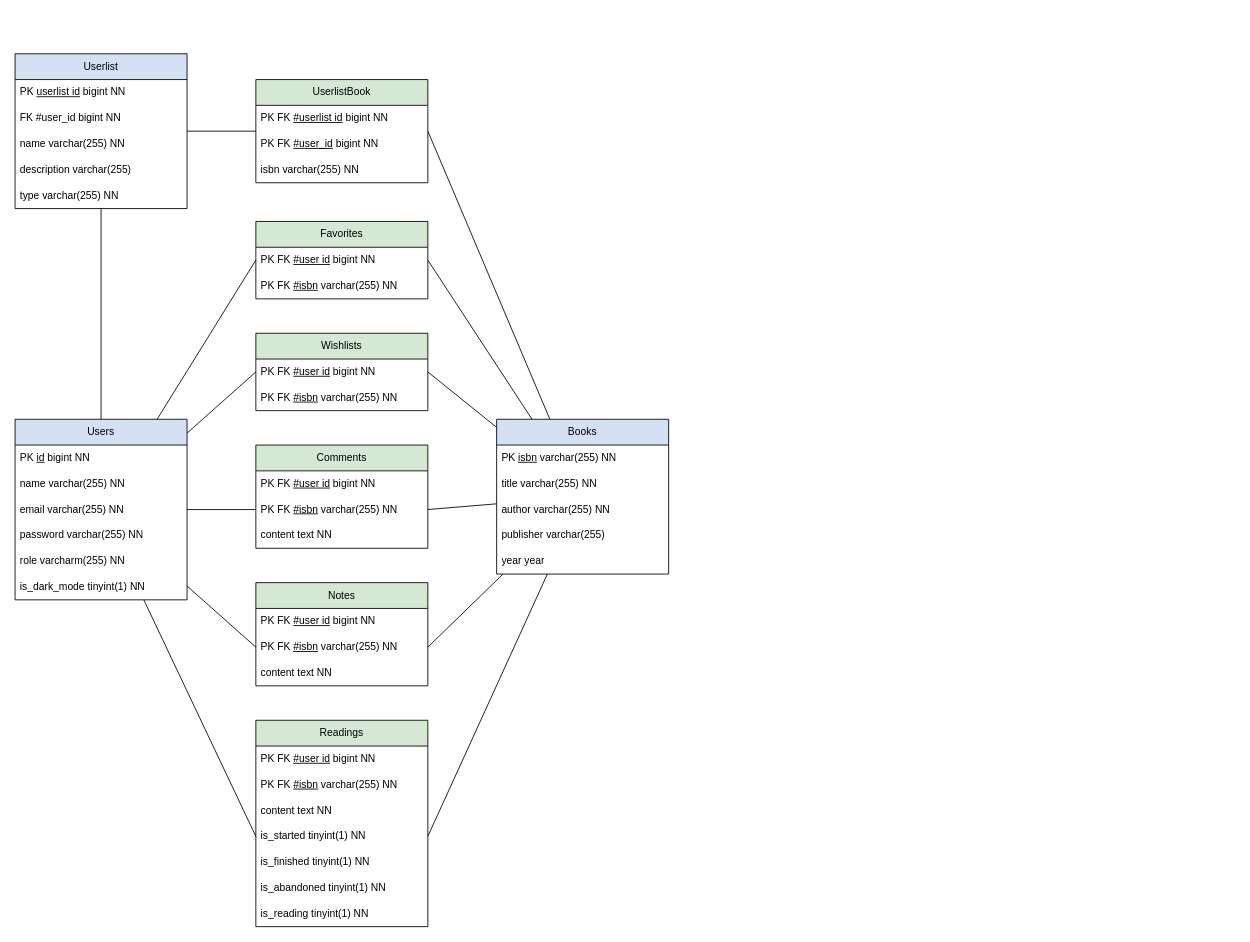
This is page "MPD" (1 of 9) of public/diagrame.drawio from Gabrielloop/pal-front-v3, a draw.io file, before an edit. Source tidied: cells renumbered, new cells numbered last; positions are measured from the earlier drawing's top-left corner, leaving out a move shared by most shapes. Both pictures are drawn from the tidied source at 86%, with x=0, y=0 at pixel (15, 53).
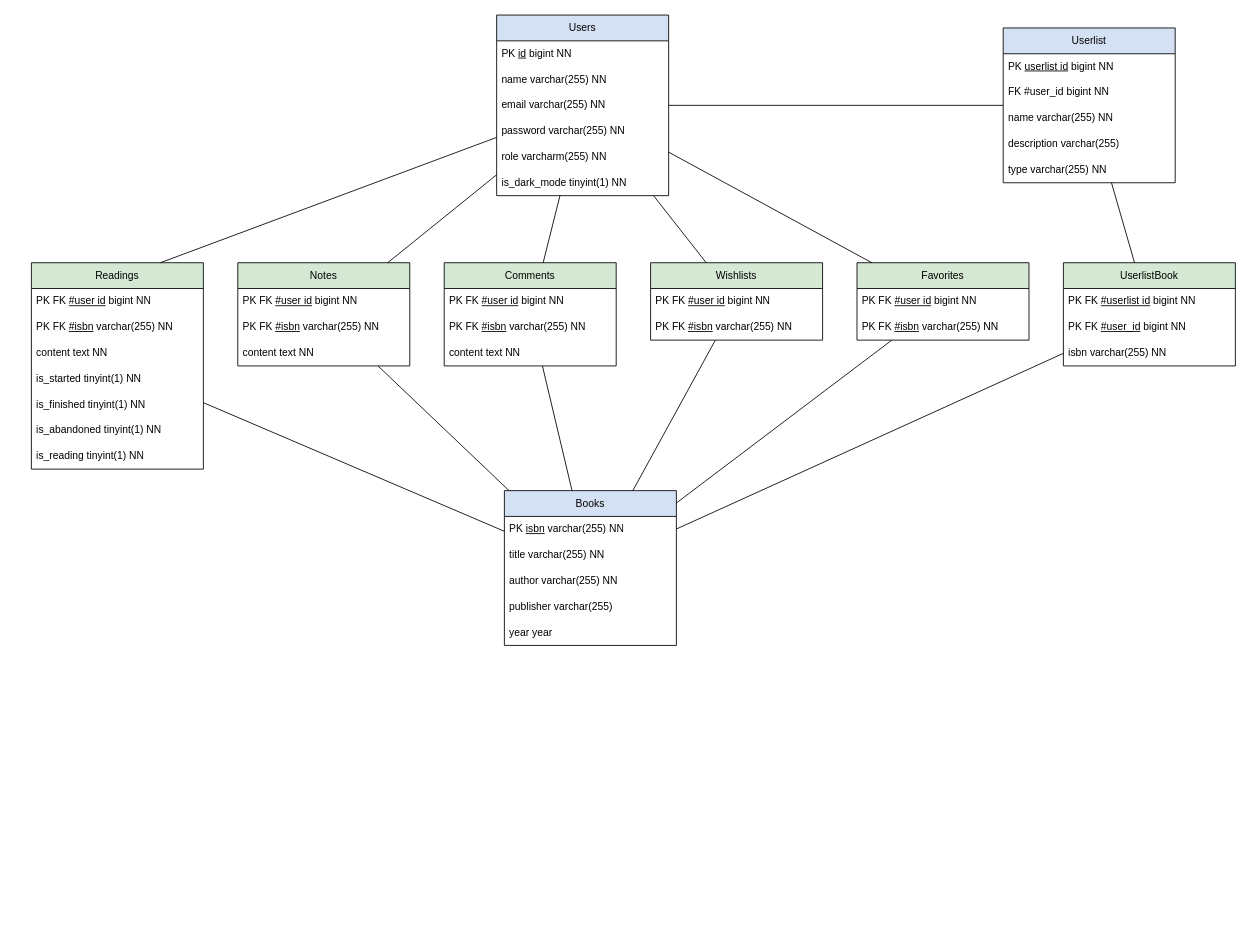
The same page after the edit.

The change refers to these unchanged cells:
```xml
<mxCell id="20" value="PK FK&amp;nbsp;&lt;u&gt;#user id&lt;/u&gt;&amp;nbsp;bigint NN" style="text;strokeColor=none;fillColor=none;align=left;verticalAlign=middle;spacingLeft=4;spacingRight=4;overflow=hidden;points=[[0,0.5],[1,0.5]];portConstraint=eastwest;whiteSpace=wrap;html=1;" parent="19" vertex="1">
  <mxGeometry y="30" width="200" height="30" as="geometry" />
</mxCell>
<mxCell id="23" value="PK FK&amp;nbsp;&lt;u&gt;#user id&lt;/u&gt;&amp;nbsp;bigint NN" style="text;strokeColor=none;fillColor=none;align=left;verticalAlign=middle;spacingLeft=4;spacingRight=4;overflow=hidden;points=[[0,0.5],[1,0.5]];portConstraint=eastwest;whiteSpace=wrap;html=1;" parent="22" vertex="1">
  <mxGeometry y="30" width="200" height="30" as="geometry" />
</mxCell>
<mxCell id="27" value="PK FK&amp;nbsp;&lt;u&gt;#isbn&lt;/u&gt; varchar(255) NN" style="text;strokeColor=none;fillColor=none;align=left;verticalAlign=middle;spacingLeft=4;spacingRight=4;overflow=hidden;points=[[0,0.5],[1,0.5]];portConstraint=eastwest;whiteSpace=wrap;html=1;" parent="25" vertex="1">
  <mxGeometry y="60" width="200" height="30" as="geometry" />
</mxCell>
<mxCell id="31" value="PK FK&amp;nbsp;&lt;u&gt;#isbn&lt;/u&gt; varchar(255) NN" style="text;strokeColor=none;fillColor=none;align=left;verticalAlign=middle;spacingLeft=4;spacingRight=4;overflow=hidden;points=[[0,0.5],[1,0.5]];portConstraint=eastwest;whiteSpace=wrap;html=1;" parent="29" vertex="1">
  <mxGeometry y="60" width="200" height="30" as="geometry" />
</mxCell>
<mxCell id="37" value="is_started tinyint(1) NN" style="text;strokeColor=none;fillColor=none;align=left;verticalAlign=middle;spacingLeft=4;spacingRight=4;overflow=hidden;points=[[0,0.5],[1,0.5]];portConstraint=eastwest;whiteSpace=wrap;html=1;" parent="33" vertex="1">
  <mxGeometry y="120" width="200" height="30" as="geometry" />
</mxCell>
```

What changed in the source:
```diff
@@
     <mxCell id="2" value="Users" style="swimlane;fontStyle=0;horizontal=1;startSize=30;whiteSpace=wrap;html=1;fillColor=#D4E1F5;" parent="1" vertex="1">
-      <mxGeometry y="425" width="200" height="210" as="geometry" />
+      <mxGeometry x="560" y="-45" width="200" height="210" as="geometry" />
     </mxCell>
@@
     <mxCell id="9" value="Userlist" style="swimlane;fontStyle=0;horizontal=1;startSize=30;whiteSpace=wrap;html=1;fillColor=#D4E1F5;" parent="1" vertex="1">
-      <mxGeometry width="200" height="180" as="geometry" />
+      <mxGeometry x="1149" y="-30" width="200" height="180" as="geometry" />
     </mxCell>
@@
     <mxCell id="15" value="UserlistBook" style="swimlane;fontStyle=0;horizontal=1;startSize=30;whiteSpace=wrap;html=1;fillColor=#D5E8D4;" parent="1" vertex="1">
-      <mxGeometry x="280" y="30" width="200" height="120" as="geometry" />
+      <mxGeometry x="1219" y="243" width="200" height="120" as="geometry" />
     </mxCell>
@@
     <mxCell id="19" value="Wishlists" style="swimlane;fontStyle=0;horizontal=1;startSize=30;whiteSpace=wrap;html=1;fillColor=#D5E8D4;" parent="1" vertex="1">
-      <mxGeometry x="280" y="325" width="200" height="90" as="geometry" />
+      <mxGeometry x="739" y="243" width="200" height="90" as="geometry" />
     </mxCell>
@@
     <mxCell id="22" value="Favorites" style="swimlane;fontStyle=0;horizontal=1;startSize=30;whiteSpace=wrap;html=1;fillColor=#D5E8D4;" parent="1" vertex="1">
-      <mxGeometry x="280" y="195" width="200" height="90" as="geometry" />
+      <mxGeometry x="979" y="243" width="200" height="90" as="geometry" />
     </mxCell>
@@
     <mxCell id="25" value="Notes" style="swimlane;fontStyle=0;horizontal=1;startSize=30;whiteSpace=wrap;html=1;fillColor=#D5E8D4;" parent="1" vertex="1">
-      <mxGeometry x="280" y="615" width="200" height="120" as="geometry" />
+      <mxGeometry x="259" y="243" width="200" height="120" as="geometry" />
     </mxCell>
@@
     <mxCell id="29" value="Comments" style="swimlane;fontStyle=0;horizontal=1;startSize=30;whiteSpace=wrap;html=1;fillColor=#D5E8D4;" parent="1" vertex="1">
-      <mxGeometry x="280" y="455" width="200" height="120" as="geometry" />
+      <mxGeometry x="499" y="243" width="200" height="120" as="geometry" />
     </mxCell>
@@
     <mxCell id="33" value="Readings" style="swimlane;fontStyle=0;horizontal=1;startSize=30;whiteSpace=wrap;html=1;fillColor=#D5E8D4;" parent="1" vertex="1">
-      <mxGeometry x="280" y="775" width="200" height="240" as="geometry" />
+      <mxGeometry x="19" y="243" width="200" height="240" as="geometry" />
     </mxCell>
@@
-    <mxCell id="43" style="endArrow=none;html=1;rounded=0;exitX=1;exitY=0.5;exitDx=0;exitDy=0;" parent="1" edge="1" source="15" target="50">
+    <mxCell id="43" style="endArrow=none;html=1;rounded=0;" parent="1" edge="1" source="15" target="50">
       <mxGeometry relative="1" as="geometry" />
     </mxCell>
-    <mxCell id="44" style="endArrow=none;html=1;rounded=0;exitX=1;exitY=0.5;exitDx=0;exitDy=0;" parent="1" edge="1" source="27" target="50">
+    <mxCell id="44" style="endArrow=none;html=1;rounded=0;" parent="1" edge="1" source="25" target="50">
       <mxGeometry relative="1" as="geometry" />
     </mxCell>
-    <mxCell id="45" style="endArrow=none;html=1;rounded=0;entryX=0;entryY=0.5;entryDx=0;entryDy=0;" parent="1" edge="1" source="2" target="27">
-      <mxGeometry relative="1" as="geometry" />
-    </mxCell>
-    <mxCell id="46" style="endArrow=none;html=1;rounded=0;entryX=0;entryY=0.5;entryDx=0;entryDy=0;" parent="1" edge="1" source="2" target="37">
+    <mxCell id="46" style="endArrow=none;html=1;rounded=0;entryX=0.75;entryY=0;entryDx=0;entryDy=0;" parent="1" edge="1" source="2" target="33">
       <mxGeometry relative="1" as="geometry" />
     </mxCell>
-    <mxCell id="47" style="endArrow=none;html=1;rounded=0;exitX=0;exitY=0.5;exitDx=0;exitDy=0;" parent="1" edge="1" source="31" target="2">
+    <mxCell id="47" style="endArrow=none;html=1;rounded=0;" parent="1" edge="1" source="29" target="2">
       <mxGeometry relative="1" as="geometry" />
     </mxCell>
-    <mxCell id="48" style="endArrow=none;html=1;rounded=0;exitX=0;exitY=0.5;exitDx=0;exitDy=0;" parent="1" edge="1" source="23" target="2">
+    <mxCell id="48" style="endArrow=none;html=1;rounded=0;" parent="1" edge="1" source="22" target="2">
       <mxGeometry relative="1" as="geometry" />
     </mxCell>
-    <mxCell id="49" style="endArrow=none;html=1;rounded=0;exitX=0;exitY=0.5;exitDx=0;exitDy=0;" parent="1" edge="1" source="20" target="2">
+    <mxCell id="49" style="endArrow=none;html=1;rounded=0;" parent="1" edge="1" source="19" target="2">
       <mxGeometry relative="1" as="geometry" />
     </mxCell>
     <mxCell id="50" value="Books" style="swimlane;fontStyle=0;horizontal=1;startSize=30;whiteSpace=wrap;html=1;fillColor=#D4E1F5;" parent="1" vertex="1">
-      <mxGeometry x="560" y="425" width="200" height="180" as="geometry" />
+      <mxGeometry x="569" y="508" width="200" height="180" as="geometry" />
     </mxCell>
@@
-    <mxCell id="56" style="endArrow=none;html=1;rounded=0;entryX=1;entryY=0.5;entryDx=0;entryDy=0;" parent="1" edge="1" source="50" target="23">
+    <mxCell id="56" style="endArrow=none;html=1;rounded=0;" parent="1" edge="1" source="50" target="22">
       <mxGeometry relative="1" as="geometry" />
     </mxCell>
-    <mxCell id="57" style="endArrow=none;html=1;rounded=0;entryX=1;entryY=0.5;entryDx=0;entryDy=0;" parent="1" edge="1" source="50" target="20">
+    <mxCell id="57" style="endArrow=none;html=1;rounded=0;" parent="1" edge="1" source="50" target="19">
       <mxGeometry relative="1" as="geometry" />
     </mxCell>
-    <mxCell id="58" style="endArrow=none;html=1;rounded=0;exitX=1;exitY=0.5;exitDx=0;exitDy=0;" parent="1" edge="1" source="31" target="50">
+    <mxCell id="58" style="endArrow=none;html=1;rounded=0;" parent="1" edge="1" source="29" target="50">
       <mxGeometry relative="1" as="geometry" />
     </mxCell>
-    <mxCell id="59" style="endArrow=none;html=1;rounded=0;exitX=1;exitY=0.5;exitDx=0;exitDy=0;" parent="1" edge="1" source="37" target="50">
+    <mxCell id="59" style="endArrow=none;html=1;rounded=0;" parent="1" edge="1" source="33" target="50">
       <mxGeometry relative="1" as="geometry" />
     </mxCell>
+    <mxCell id="60" style="endArrow=none;html=1;rounded=0;" parent="1" edge="1" source="25" target="2">
+      <mxGeometry relative="1" as="geometry" />
+    </mxCell>
```
